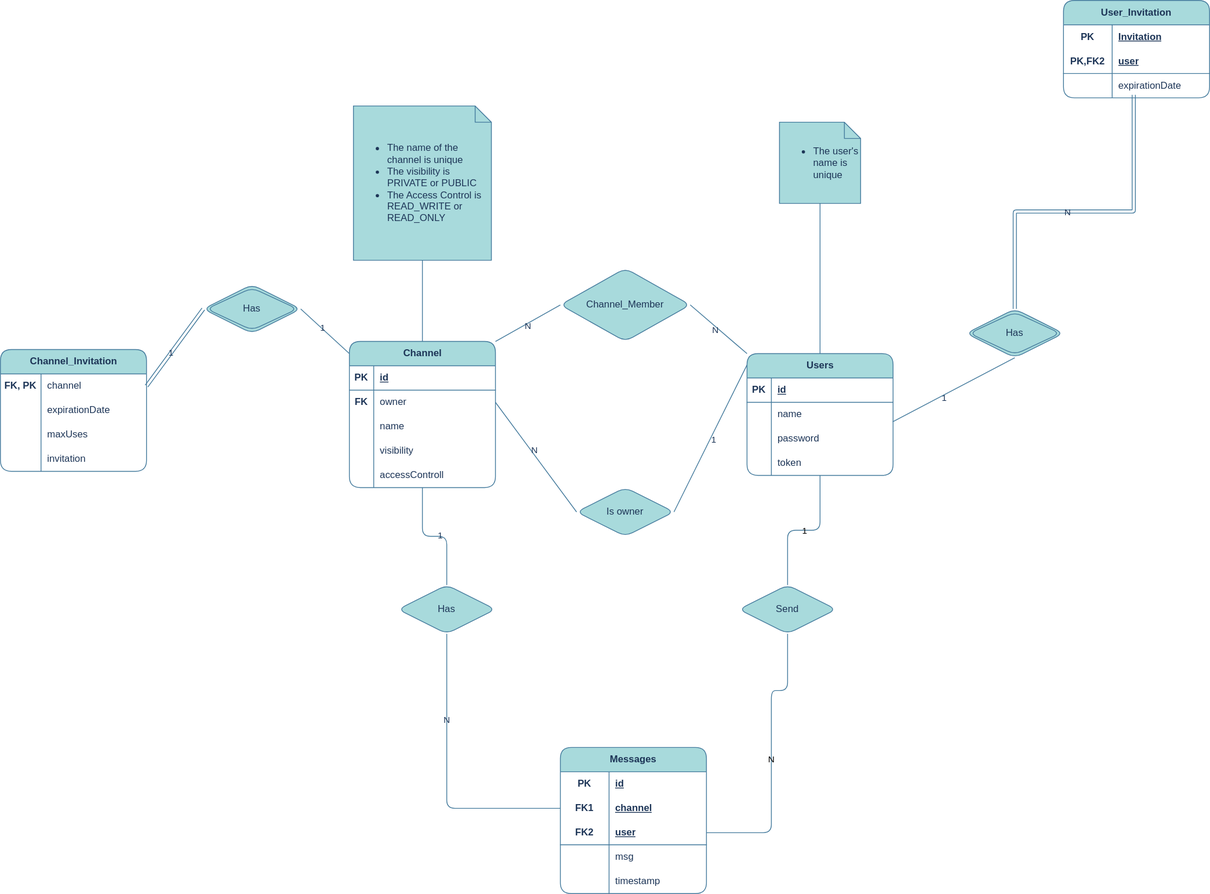
Earlier version of the draw.io export code/jvm/repository_jdbc/src/sql/ChIMP-scheme.svg (Brgm37/Multi-user-Instant-Messaging-system). Source tidied: cells renumbered, new cells last; positions are measured from the earlier drawing's top-left corner, leaving out a move shared by most shapes.
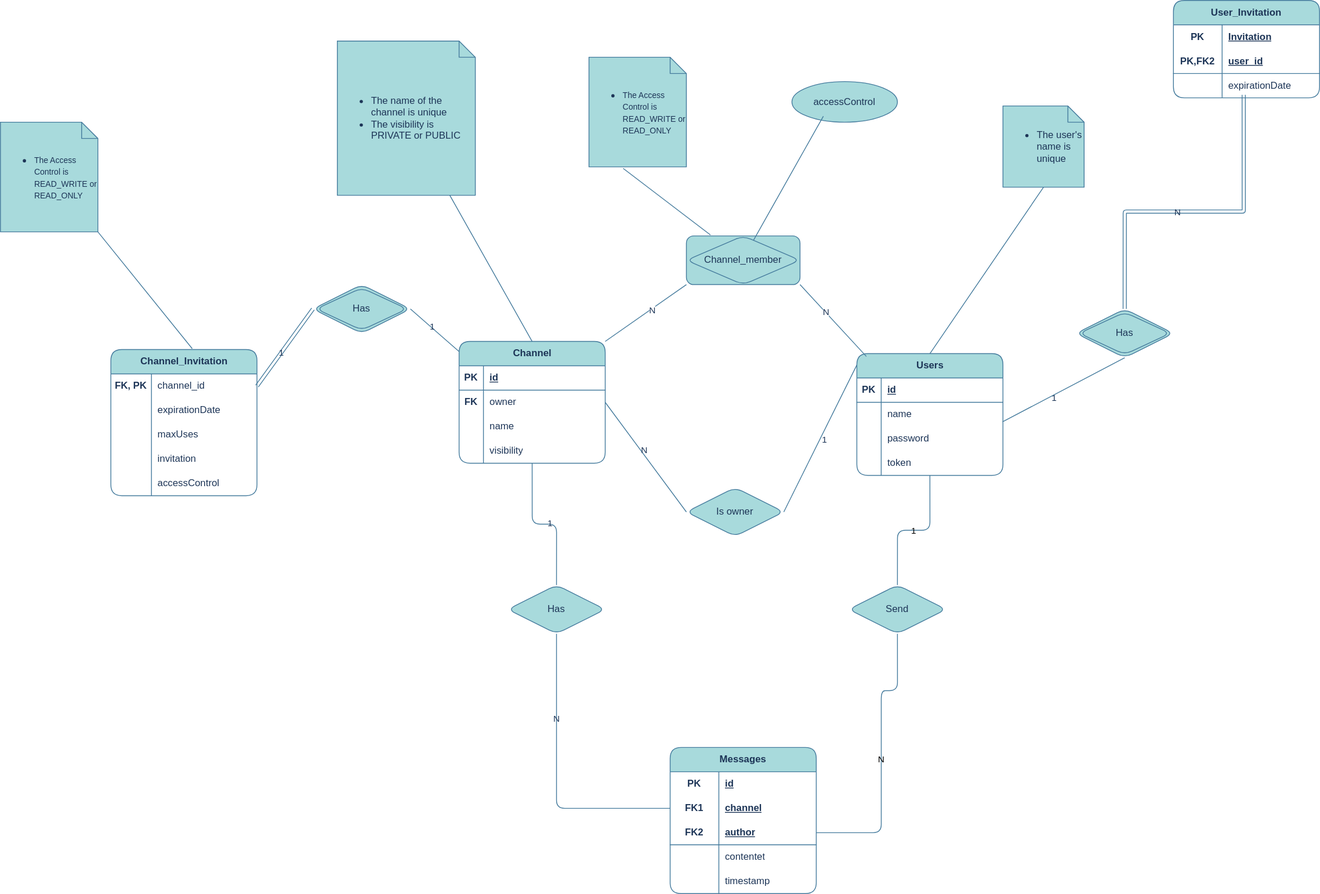
After the commit.

Commit message:
SQL Scheme update.

Diff of the diagram source:
```diff
@@ -15,7 +15,7 @@
       <mxGeometry x="-0.41" y="-1" relative="1" as="geometry" />
     </mxCell>
     <mxCell id="4" value="Channel" style="shape=table;startSize=30;rowLines=0;fontStyle=1;align=center;html=1;rounded=1;labelBackgroundColor=none;fillColor=#A8DADC;strokeColor=#457B9D;fontColor=#1D3557;" parent="1" vertex="1">
-      <mxGeometry x="430" y="420" width="180" height="180" as="geometry" />
+      <mxGeometry x="430" y="420" width="180" height="150" as="geometry" />
     </mxCell>
     <mxCell id="5" style="shape=tableRow;horizontal=0;startSize=0;swimlaneHead=0;swimlaneBody=0;fillColor=none;top=0;left=0;right=0;bottom=1;rounded=1;labelBackgroundColor=none;strokeColor=#457B9D;fontColor=#1D3557;" parent="4" vertex="1">
       <mxGeometry y="30" width="180" height="30" as="geometry" />
@@ -53,15 +53,6 @@
     <mxCell id="16" value="visibility" style="shape=partialRectangle;fillColor=none;top=0;left=0;bottom=0;right=0;align=left;spacingLeft=6;overflow=hidden;whiteSpace=wrap;html=1;rounded=1;labelBackgroundColor=none;strokeColor=#457B9D;fontColor=#1D3557;" parent="14" vertex="1">
       <mxGeometry x="30" width="150" height="30" as="geometry" />
     </mxCell>
-    <mxCell id="17" style="shape=tableRow;horizontal=0;startSize=0;swimlaneHead=0;swimlaneBody=0;fillColor=none;top=0;left=0;right=0;bottom=0;rounded=1;labelBackgroundColor=none;strokeColor=#457B9D;fontColor=#1D3557;" parent="4" vertex="1">
-      <mxGeometry y="150" width="180" height="30" as="geometry" />
-    </mxCell>
-    <mxCell id="18" style="shape=partialRectangle;fillColor=none;top=0;left=0;bottom=0;right=0;overflow=hidden;whiteSpace=wrap;html=1;rounded=1;labelBackgroundColor=none;strokeColor=#457B9D;fontColor=#1D3557;" parent="17" vertex="1">
-      <mxGeometry width="30" height="30" as="geometry" />
-    </mxCell>
-    <mxCell id="19" value="accessControll" style="shape=partialRectangle;fillColor=none;top=0;left=0;bottom=0;right=0;align=left;spacingLeft=6;overflow=hidden;whiteSpace=wrap;html=1;rounded=1;labelBackgroundColor=none;strokeColor=#457B9D;fontColor=#1D3557;" parent="17" vertex="1">
-      <mxGeometry x="30" width="150" height="30" as="geometry" />
-    </mxCell>
     <mxCell id="20" value="Users" style="shape=table;startSize=30;rowLines=0;fontStyle=1;align=center;html=1;rounded=1;labelBackgroundColor=none;fillColor=#A8DADC;strokeColor=#457B9D;fontColor=#1D3557;" parent="1" vertex="1">
       <mxGeometry x="920" y="435" width="180" height="150" as="geometry" />
     </mxCell>
@@ -128,7 +119,7 @@
     <mxCell id="41" value="FK2" style="shape=partialRectangle;fillColor=none;top=0;left=0;bottom=0;right=0;fontStyle=1;overflow=hidden;html=1;whiteSpace=wrap;rounded=1;labelBackgroundColor=none;strokeColor=#457B9D;fontColor=#1D3557;" parent="40" vertex="1">
       <mxGeometry width="60" height="30" as="geometry" />
     </mxCell>
-    <mxCell id="42" value="user" style="shape=partialRectangle;fillColor=none;top=0;left=0;bottom=0;right=0;align=left;spacingLeft=6;fontStyle=5;overflow=hidden;html=1;whiteSpace=wrap;rounded=1;labelBackgroundColor=none;strokeColor=#457B9D;fontColor=#1D3557;" parent="40" vertex="1">
+    <mxCell id="42" value="author" style="shape=partialRectangle;fillColor=none;top=0;left=0;bottom=0;right=0;align=left;spacingLeft=6;fontStyle=5;overflow=hidden;html=1;whiteSpace=wrap;rounded=1;labelBackgroundColor=none;strokeColor=#457B9D;fontColor=#1D3557;" parent="40" vertex="1">
       <mxGeometry x="60" width="120" height="30" as="geometry" />
     </mxCell>
     <mxCell id="43" style="shape=tableRow;horizontal=0;startSize=0;swimlaneHead=0;swimlaneBody=0;fillColor=none;top=0;left=0;right=0;bottom=0;html=1;rounded=1;labelBackgroundColor=none;strokeColor=#457B9D;fontColor=#1D3557;" parent="33" vertex="1">
@@ -137,7 +128,7 @@
     <mxCell id="44" style="shape=partialRectangle;fillColor=none;top=0;left=0;bottom=0;right=0;overflow=hidden;html=1;whiteSpace=wrap;rounded=1;labelBackgroundColor=none;strokeColor=#457B9D;fontColor=#1D3557;" parent="43" vertex="1">
       <mxGeometry width="60" height="30" as="geometry" />
     </mxCell>
-    <mxCell id="45" value="msg" style="shape=partialRectangle;fillColor=none;top=0;left=0;bottom=0;right=0;align=left;spacingLeft=6;overflow=hidden;html=1;whiteSpace=wrap;rounded=1;labelBackgroundColor=none;strokeColor=#457B9D;fontColor=#1D3557;" parent="43" vertex="1">
+    <mxCell id="45" value="contentet" style="shape=partialRectangle;fillColor=none;top=0;left=0;bottom=0;right=0;align=left;spacingLeft=6;overflow=hidden;html=1;whiteSpace=wrap;rounded=1;labelBackgroundColor=none;strokeColor=#457B9D;fontColor=#1D3557;" parent="43" vertex="1">
       <mxGeometry x="60" width="120" height="30" as="geometry" />
     </mxCell>
     <mxCell id="46" style="shape=tableRow;horizontal=0;startSize=0;swimlaneHead=0;swimlaneBody=0;fillColor=none;top=0;left=0;right=0;bottom=0;html=1;rounded=1;labelBackgroundColor=none;strokeColor=#457B9D;fontColor=#1D3557;" parent="33" vertex="1">
@@ -188,35 +179,18 @@
     <mxCell id="59" value="N" style="edgeLabel;html=1;align=center;verticalAlign=middle;rounded=1;labelBackgroundColor=none;fontColor=#1D3557;" parent="58" vertex="1">
       <mxGeometry x="-0.11" y="3" relative="1" as="geometry" />
     </mxCell>
-    <mxCell id="60" value="&lt;ul&gt;&lt;li&gt;The name of the channel is unique&lt;/li&gt;&lt;li&gt;The visibility is PRIVATE or PUBLIC&lt;/li&gt;&lt;li&gt;The Access Control is READ_WRITE or READ_ONLY&lt;/li&gt;&lt;/ul&gt;" style="shape=note;size=20;whiteSpace=wrap;html=1;align=left;rounded=1;labelBackgroundColor=none;fillColor=#A8DADC;strokeColor=#457B9D;fontColor=#1D3557;" parent="1" vertex="1">
-      <mxGeometry x="435" y="130" width="170" height="190" as="geometry" />
+    <mxCell id="60" value="&lt;ul&gt;&lt;li&gt;The name of the channel is unique&lt;/li&gt;&lt;li&gt;The visibility is PRIVATE or PUBLIC&lt;/li&gt;&lt;/ul&gt;" style="shape=note;size=20;whiteSpace=wrap;html=1;align=left;rounded=1;labelBackgroundColor=none;fillColor=#A8DADC;strokeColor=#457B9D;fontColor=#1D3557;" parent="1" vertex="1">
+      <mxGeometry x="280" y="50" width="170" height="190" as="geometry" />
     </mxCell>
     <mxCell id="61" style="endArrow=none;html=1;rounded=1;exitX=0.5;exitY=0;exitDx=0;exitDy=0;labelBackgroundColor=none;fontColor=default;strokeColor=#457B9D;" parent="1" edge="1" source="4" target="60">
       <mxGeometry relative="1" as="geometry" />
     </mxCell>
     <mxCell id="62" value="&lt;ul&gt;&lt;li&gt;&lt;span style=&quot;background-color: initial;&quot;&gt;The user's name is unique&lt;/span&gt;&lt;/li&gt;&lt;/ul&gt;" style="shape=note;size=20;whiteSpace=wrap;html=1;align=left;rounded=1;labelBackgroundColor=none;fillColor=#A8DADC;strokeColor=#457B9D;fontColor=#1D3557;" parent="1" vertex="1">
-      <mxGeometry x="960" y="150" width="100" height="100" as="geometry" />
+      <mxGeometry x="1100" y="130" width="100" height="100" as="geometry" />
     </mxCell>
     <mxCell id="63" style="endArrow=none;html=1;rounded=1;entryX=0.5;entryY=1;entryDx=0;entryDy=0;entryPerimeter=0;exitX=0.5;exitY=0;exitDx=0;exitDy=0;labelBackgroundColor=none;fontColor=default;strokeColor=#457B9D;" parent="1" edge="1" source="20" target="62">
       <mxGeometry relative="1" as="geometry" />
     </mxCell>
-    <mxCell id="64" value="Channel_Member" style="shape=rhombus;perimeter=rhombusPerimeter;whiteSpace=wrap;html=1;align=center;rounded=1;labelBackgroundColor=none;fillColor=#A8DADC;strokeColor=#457B9D;fontColor=#1D3557;" parent="1" vertex="1">
-      <mxGeometry x="690" y="330" width="160" height="90" as="geometry" />
-    </mxCell>
-    <mxCell id="65" style="endArrow=none;html=1;rounded=1;exitX=1;exitY=0;exitDx=0;exitDy=0;entryX=0;entryY=0.5;entryDx=0;entryDy=0;labelBackgroundColor=none;fontColor=default;strokeColor=#457B9D;" parent="1" edge="1" source="4" target="64">
-      <mxGeometry relative="1" as="geometry" />
-    </mxCell>
-    <mxCell id="66" value="N" style="edgeLabel;html=1;align=center;verticalAlign=middle;rounded=1;labelBackgroundColor=none;fontColor=#1D3557;" parent="65" vertex="1">
-      <mxGeometry x="-0.03" y="-2" relative="1" as="geometry" />
-    </mxCell>
-    <mxCell id="67" style="endArrow=none;html=1;rounded=1;exitX=1;exitY=0.5;exitDx=0;exitDy=0;entryX=0;entryY=0;entryDx=0;entryDy=0;labelBackgroundColor=none;fontColor=default;strokeColor=#457B9D;" parent="1" edge="1" source="64" target="20">
-      <mxGeometry relative="1" as="geometry" />
-    </mxCell>
-    <mxCell id="68" value="N" style="edgeLabel;html=1;align=center;verticalAlign=middle;rounded=1;labelBackgroundColor=none;fontColor=#1D3557;" parent="67" vertex="1">
-      <mxGeometry x="-0.09" y="-4" relative="1" as="geometry">
-        <mxPoint x="1" as="offset" />
-      </mxGeometry>
-    </mxCell>
     <mxCell id="69" style="endArrow=none;html=1;rounded=1;exitX=1;exitY=0.5;exitDx=0;exitDy=0;entryX=0;entryY=0.5;entryDx=0;entryDy=0;shape=link;labelBackgroundColor=none;fontColor=default;strokeColor=#457B9D;" parent="1" edge="1" source="87" target="99">
       <mxGeometry relative="1" as="geometry" />
     </mxCell>
@@ -241,7 +215,7 @@
     <mxCell id="76" value="PK,FK2" style="shape=partialRectangle;fillColor=none;top=0;left=0;bottom=0;right=0;fontStyle=1;overflow=hidden;html=1;whiteSpace=wrap;rounded=1;labelBackgroundColor=none;strokeColor=#457B9D;fontColor=#1D3557;" parent="75" vertex="1">
       <mxGeometry width="60" height="30" as="geometry" />
     </mxCell>
-    <mxCell id="77" value="user" style="shape=partialRectangle;fillColor=none;top=0;left=0;bottom=0;right=0;align=left;spacingLeft=6;fontStyle=5;overflow=hidden;html=1;whiteSpace=wrap;rounded=1;labelBackgroundColor=none;strokeColor=#457B9D;fontColor=#1D3557;" parent="75" vertex="1">
+    <mxCell id="77" value="user_id" style="shape=partialRectangle;fillColor=none;top=0;left=0;bottom=0;right=0;align=left;spacingLeft=6;fontStyle=5;overflow=hidden;html=1;whiteSpace=wrap;rounded=1;labelBackgroundColor=none;strokeColor=#457B9D;fontColor=#1D3557;" parent="75" vertex="1">
       <mxGeometry x="60" width="120" height="30" as="geometry" />
     </mxCell>
     <mxCell id="78" style="shape=tableRow;horizontal=0;startSize=0;swimlaneHead=0;swimlaneBody=0;fillColor=none;points=[[0,0.5],[1,0.5]];portConstraint=eastwest;top=0;left=0;right=0;bottom=0;html=1;rounded=1;labelBackgroundColor=none;strokeColor=#457B9D;fontColor=#1D3557;" parent="71" vertex="1">
@@ -274,7 +248,7 @@
       <mxGeometry x="-0.1" relative="1" as="geometry" />
     </mxCell>
     <mxCell id="86" value="Channel_Invitation" style="shape=table;startSize=30;rowLines=0;fontStyle=1;align=center;html=1;rounded=1;labelBackgroundColor=none;fillColor=#A8DADC;strokeColor=#457B9D;fontColor=#1D3557;" parent="1" vertex="1">
-      <mxGeometry y="430" width="180" height="150" as="geometry" />
+      <mxGeometry x="1" y="430" width="180" height="180" as="geometry" />
     </mxCell>
     <mxCell id="87" style="shape=tableRow;horizontal=0;startSize=0;swimlaneHead=0;swimlaneBody=0;fillColor=none;points=[[0,0.5],[1,0.5]];portConstraint=eastwest;top=0;left=0;right=0;bottom=0;rounded=1;labelBackgroundColor=none;strokeColor=#457B9D;fontColor=#1D3557;" parent="86" vertex="1">
       <mxGeometry y="30" width="180" height="30" as="geometry" />
@@ -282,7 +256,7 @@
     <mxCell id="88" value="&lt;b&gt;FK, PK&lt;/b&gt;" style="shape=partialRectangle;fillColor=none;top=0;left=0;bottom=0;right=0;overflow=hidden;whiteSpace=wrap;html=1;rounded=1;labelBackgroundColor=none;strokeColor=#457B9D;fontColor=#1D3557;" parent="87" vertex="1">
       <mxGeometry width="50" height="30" as="geometry" />
     </mxCell>
-    <mxCell id="89" value="channel" style="shape=partialRectangle;fillColor=none;top=0;left=0;bottom=0;right=0;align=left;spacingLeft=6;overflow=hidden;whiteSpace=wrap;html=1;rounded=1;labelBackgroundColor=none;strokeColor=#457B9D;fontColor=#1D3557;" parent="87" vertex="1">
+    <mxCell id="89" value="channel_id" style="shape=partialRectangle;fillColor=none;top=0;left=0;bottom=0;right=0;align=left;spacingLeft=6;overflow=hidden;whiteSpace=wrap;html=1;rounded=1;labelBackgroundColor=none;strokeColor=#457B9D;fontColor=#1D3557;" parent="87" vertex="1">
       <mxGeometry x="50" width="130" height="30" as="geometry" />
     </mxCell>
     <mxCell id="90" style="shape=tableRow;horizontal=0;startSize=0;swimlaneHead=0;swimlaneBody=0;fillColor=none;top=0;left=0;right=0;bottom=0;rounded=1;labelBackgroundColor=none;strokeColor=#457B9D;fontColor=#1D3557;" parent="86" vertex="1">
@@ -312,6 +286,15 @@
     <mxCell id="98" value="invitation" style="shape=partialRectangle;fillColor=none;top=0;left=0;bottom=0;right=0;align=left;spacingLeft=6;overflow=hidden;whiteSpace=wrap;html=1;rounded=1;labelBackgroundColor=none;strokeColor=#457B9D;fontColor=#1D3557;" parent="96" vertex="1">
       <mxGeometry x="50" width="130" height="30" as="geometry" />
     </mxCell>
+    <mxCell id="17" style="shape=tableRow;horizontal=0;startSize=0;swimlaneHead=0;swimlaneBody=0;fillColor=none;top=0;left=0;right=0;bottom=0;rounded=1;labelBackgroundColor=none;strokeColor=#457B9D;fontColor=#1D3557;" parent="86" vertex="1">
+      <mxGeometry y="150" width="180" height="30" as="geometry" />
+    </mxCell>
+    <mxCell id="102" style="shape=partialRectangle;fillColor=none;top=0;left=0;bottom=0;right=0;overflow=hidden;whiteSpace=wrap;html=1;rounded=1;labelBackgroundColor=none;strokeColor=#457B9D;fontColor=#1D3557;" parent="17" vertex="1">
+      <mxGeometry width="50" height="30" as="geometry" />
+    </mxCell>
+    <mxCell id="103" value="accessControl" style="shape=partialRectangle;fillColor=none;top=0;left=0;bottom=0;right=0;align=left;spacingLeft=6;overflow=hidden;whiteSpace=wrap;html=1;rounded=1;labelBackgroundColor=none;strokeColor=#457B9D;fontColor=#1D3557;" parent="17" vertex="1">
+      <mxGeometry x="50" width="130" height="30" as="geometry" />
+    </mxCell>
     <mxCell id="99" value="Has" style="shape=rhombus;double=1;perimeter=rhombusPerimeter;whiteSpace=wrap;html=1;align=center;rounded=1;labelBackgroundColor=none;fillColor=#A8DADC;strokeColor=#457B9D;fontColor=#1D3557;" parent="1" vertex="1">
       <mxGeometry x="250" y="350" width="120" height="60" as="geometry" />
     </mxCell>
@@ -321,5 +304,38 @@
     <mxCell id="101" value="1" style="edgeLabel;html=1;align=center;verticalAlign=middle;rounded=1;labelBackgroundColor=none;fontColor=#1D3557;" parent="100" vertex="1">
       <mxGeometry x="-0.13" y="1" relative="1" as="geometry" />
     </mxCell>
+    <mxCell id="104" value="accessControl" style="ellipse;whiteSpace=wrap;html=1;align=center;strokeColor=#457B9D;fontColor=#1D3557;fillColor=#A8DADC;" parent="1" vertex="1">
+      <mxGeometry x="840" y="100" width="130" height="50" as="geometry" />
+    </mxCell>
+    <mxCell id="105" value="Channel_member" style="shape=associativeEntity;whiteSpace=wrap;html=1;align=center;strokeColor=#457B9D;fontColor=#1D3557;fillColor=#A8DADC;rounded=1;" parent="1" vertex="1">
+      <mxGeometry x="710" y="290" width="140" height="60" as="geometry" />
+    </mxCell>
+    <mxCell id="106" style="endArrow=none;html=1;rounded=0;strokeColor=#457B9D;fontColor=#1D3557;fillColor=#A8DADC;exitX=1;exitY=0;exitDx=0;exitDy=0;entryX=0;entryY=1;entryDx=0;entryDy=0;" parent="1" edge="1" source="4" target="105">
+      <mxGeometry relative="1" as="geometry" />
+    </mxCell>
+    <mxCell id="107" value="N" style="edgeLabel;html=1;align=center;verticalAlign=middle;strokeColor=#457B9D;fontColor=#1D3557;fillColor=#A8DADC;" parent="106" vertex="1">
+      <mxGeometry x="0.14" y="-1" relative="1" as="geometry" />
+    </mxCell>
+    <mxCell id="108" style="endArrow=none;html=1;rounded=0;strokeColor=#457B9D;fontColor=#1D3557;fillColor=#A8DADC;entryX=0.065;entryY=0.023;entryDx=0;entryDy=0;entryPerimeter=0;exitX=1;exitY=1;exitDx=0;exitDy=0;" parent="1" edge="1" source="105" target="20">
+      <mxGeometry relative="1" as="geometry" />
+    </mxCell>
+    <mxCell id="109" value="N" style="edgeLabel;html=1;align=center;verticalAlign=middle;strokeColor=#457B9D;fontColor=#1D3557;fillColor=#A8DADC;" parent="108" vertex="1">
+      <mxGeometry x="-0.23" y="1" relative="1" as="geometry" />
+    </mxCell>
+    <mxCell id="110" style="endArrow=none;html=1;rounded=0;strokeColor=#457B9D;fontColor=#1D3557;fillColor=#A8DADC;entryX=0.298;entryY=0.852;entryDx=0;entryDy=0;entryPerimeter=0;exitX=0.59;exitY=0.092;exitDx=0;exitDy=0;exitPerimeter=0;" parent="1" edge="1" source="105" target="104">
+      <mxGeometry relative="1" as="geometry" />
+    </mxCell>
+    <mxCell id="111" value="&lt;ul&gt;&lt;li&gt;&lt;font style=&quot;font-size: 10px;&quot;&gt;The Access Control is READ_WRITE or READ_ONLY&lt;/font&gt;&lt;/li&gt;&lt;/ul&gt;" style="shape=note;size=20;whiteSpace=wrap;html=1;strokeColor=#457B9D;fontColor=#1D3557;fillColor=#A8DADC;align=left;" parent="1" vertex="1">
+      <mxGeometry x="590" y="70" width="120" height="135" as="geometry" />
+    </mxCell>
+    <mxCell id="112" style="endArrow=none;html=1;rounded=0;strokeColor=#457B9D;fontColor=#1D3557;fillColor=#A8DADC;exitX=0.351;exitY=1.014;exitDx=0;exitDy=0;exitPerimeter=0;entryX=0.212;entryY=-0.019;entryDx=0;entryDy=0;entryPerimeter=0;" parent="1" edge="1" source="111" target="105">
+      <mxGeometry relative="1" as="geometry" />
+    </mxCell>
+    <mxCell id="113" value="&lt;ul&gt;&lt;li&gt;&lt;font style=&quot;font-size: 10px;&quot;&gt;The Access Control is READ_WRITE or READ_ONLY&lt;/font&gt;&lt;/li&gt;&lt;/ul&gt;" style="shape=note;size=20;whiteSpace=wrap;html=1;strokeColor=#457B9D;fontColor=#1D3557;fillColor=#A8DADC;align=left;" parent="1" vertex="1">
+      <mxGeometry x="-135" y="150" width="120" height="135" as="geometry" />
+    </mxCell>
+    <mxCell id="114" style="endArrow=none;html=1;rounded=0;strokeColor=#457B9D;fontColor=#1D3557;fillColor=#A8DADC;exitX=1;exitY=1;exitDx=0;exitDy=0;exitPerimeter=0;entryX=0.557;entryY=-0.006;entryDx=0;entryDy=0;entryPerimeter=0;" parent="1" edge="1" source="113" target="86">
+      <mxGeometry relative="1" as="geometry" />
+    </mxCell>
   </root>
 </mxGraphModel>
```
